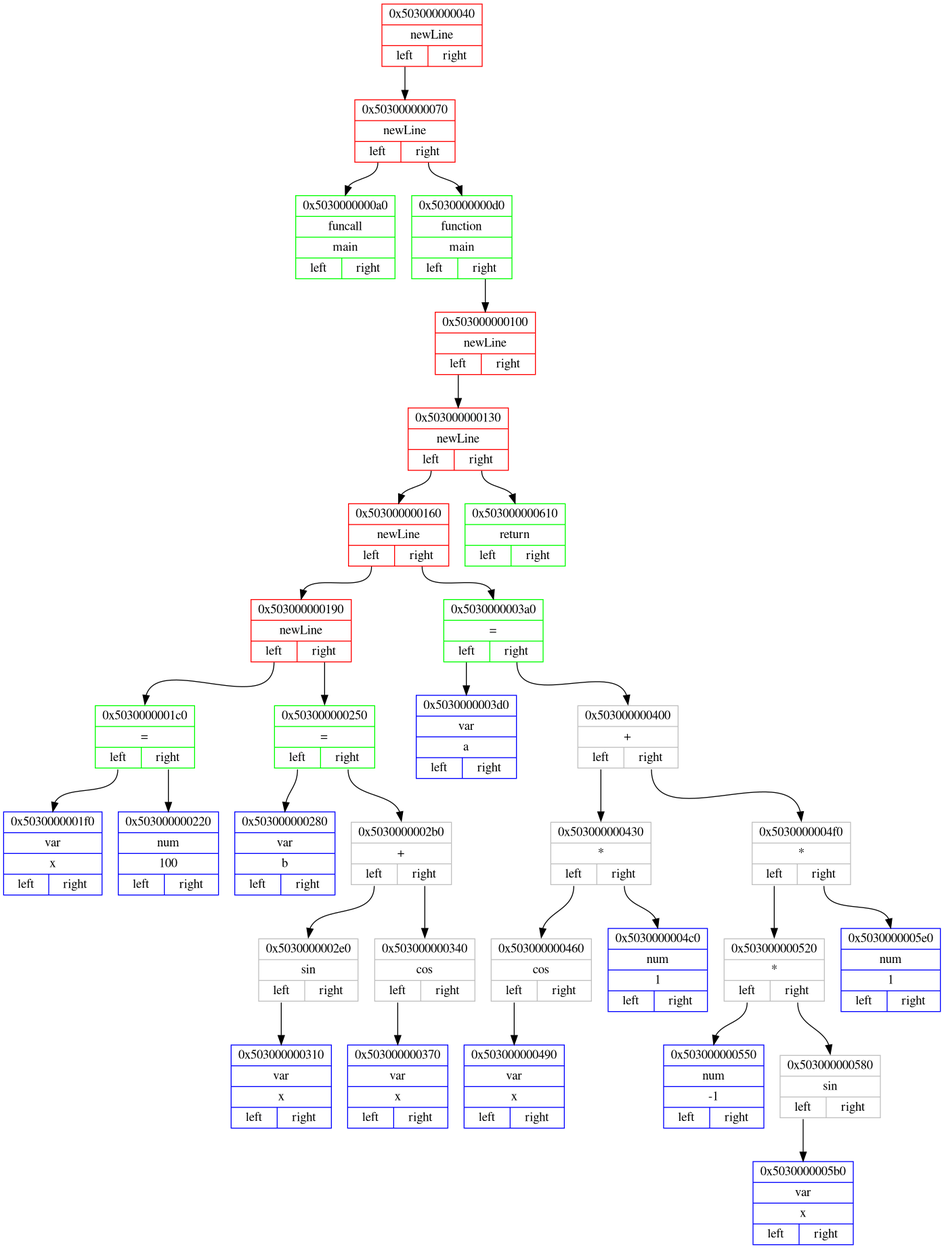
The Graphviz diagram png_files/backendDotFile.dot.png in Matvey787/myProgLanguage, before a commit. Its source is kept beside it as dot_files/backendDotFile.dot.
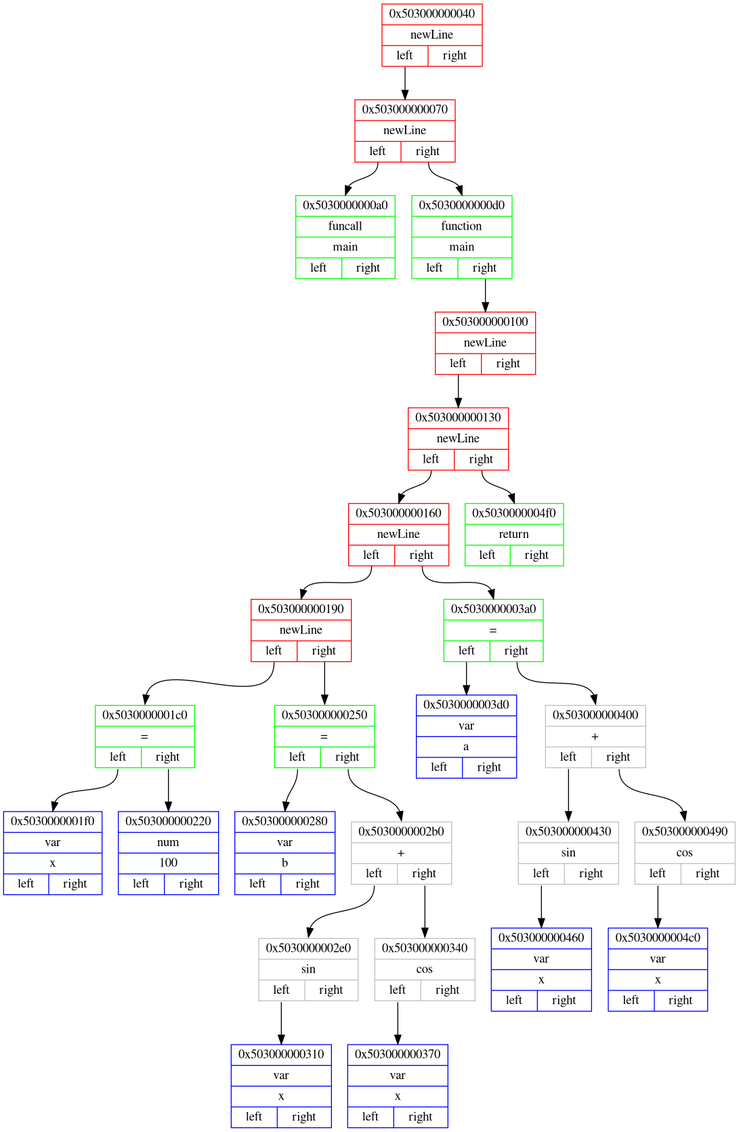
Above is the later version.

Change to the diagram source:
```diff
@@ -36,31 +36,19 @@
 node0x5030000003d0 [ shape=record, color = blue rank = 10, label= "{ 0x5030000003d0 | var | a |         {<n0x5030000003d0_l> left | <n0x5030000003d0_r> right}} " ];
 node0x5030000003a0:<n0x5030000003a0_l>:s -> node0x5030000003d0:n [ color = black; ]
 node0x503000000400 [ shape=record, color = grey rank = 11, label= "{ 0x503000000400 | + |         {<n0x503000000400_l> left | <n0x503000000400_r> right}} " ];
-node0x503000000430 [ shape=record, color = grey rank = 12, label= "{ 0x503000000430 | * |         {<n0x503000000430_l> left | <n0x503000000430_r> right}} " ];
-node0x503000000460 [ shape=record, color = grey rank = 13, label= "{ 0x503000000460 | cos |         {<n0x503000000460_l> left | <n0x503000000460_r> right}} " ];
-node0x503000000490 [ shape=record, color = blue rank = 14, label= "{ 0x503000000490 | var | x |         {<n0x503000000490_l> left | <n0x503000000490_r> right}} " ];
-node0x503000000460:<n0x503000000460_l>:s -> node0x503000000490:n [ color = black; ]
+node0x503000000430 [ shape=record, color = grey rank = 12, label= "{ 0x503000000430 | sin |         {<n0x503000000430_l> left | <n0x503000000430_r> right}} " ];
+node0x503000000460 [ shape=record, color = blue rank = 13, label= "{ 0x503000000460 | var | x |         {<n0x503000000460_l> left | <n0x503000000460_r> right}} " ];
 node0x503000000430:<n0x503000000430_l>:s -> node0x503000000460:n [ color = black; ]
-node0x5030000004c0 [ shape=record, color = blue rank = 14, label= "{ 0x5030000004c0 | num | 1 |         {<n0x5030000004c0_l> left | <n0x5030000004c0_r> right}} " ];
-node0x503000000430:<n0x503000000430_r>:s -> node0x5030000004c0:n [ color = black; ]
 node0x503000000400:<n0x503000000400_l>:s -> node0x503000000430:n [ color = black; ]
-node0x5030000004f0 [ shape=record, color = grey rank = 13, label= "{ 0x5030000004f0 | * |         {<n0x5030000004f0_l> left | <n0x5030000004f0_r> right}} " ];
-node0x503000000520 [ shape=record, color = grey rank = 14, label= "{ 0x503000000520 | * |         {<n0x503000000520_l> left | <n0x503000000520_r> right}} " ];
-node0x503000000550 [ shape=record, color = blue rank = 15, label= "{ 0x503000000550 | num | -1 |         {<n0x503000000550_l> left | <n0x503000000550_r> right}} " ];
-node0x503000000520:<n0x503000000520_l>:s -> node0x503000000550:n [ color = black; ]
-node0x503000000580 [ shape=record, color = grey rank = 16, label= "{ 0x503000000580 | sin |         {<n0x503000000580_l> left | <n0x503000000580_r> right}} " ];
-node0x5030000005b0 [ shape=record, color = blue rank = 17, label= "{ 0x5030000005b0 | var | x |         {<n0x5030000005b0_l> left | <n0x5030000005b0_r> right}} " ];
-node0x503000000580:<n0x503000000580_l>:s -> node0x5030000005b0:n [ color = black; ]
-node0x503000000520:<n0x503000000520_r>:s -> node0x503000000580:n [ color = black; ]
-node0x5030000004f0:<n0x5030000004f0_l>:s -> node0x503000000520:n [ color = black; ]
-node0x5030000005e0 [ shape=record, color = blue rank = 15, label= "{ 0x5030000005e0 | num | 1 |         {<n0x5030000005e0_l> left | <n0x5030000005e0_r> right}} " ];
-node0x5030000004f0:<n0x5030000004f0_r>:s -> node0x5030000005e0:n [ color = black; ]
-node0x503000000400:<n0x503000000400_r>:s -> node0x5030000004f0:n [ color = black; ]
+node0x503000000490 [ shape=record, color = grey rank = 13, label= "{ 0x503000000490 | cos |         {<n0x503000000490_l> left | <n0x503000000490_r> right}} " ];
+node0x5030000004c0 [ shape=record, color = blue rank = 14, label= "{ 0x5030000004c0 | var | x |         {<n0x5030000004c0_l> left | <n0x5030000004c0_r> right}} " ];
+node0x503000000490:<n0x503000000490_l>:s -> node0x5030000004c0:n [ color = black; ]
+node0x503000000400:<n0x503000000400_r>:s -> node0x503000000490:n [ color = black; ]
 node0x5030000003a0:<n0x5030000003a0_r>:s -> node0x503000000400:n [ color = black; ]
 node0x503000000160:<n0x503000000160_r>:s -> node0x5030000003a0:n [ color = black; ]
 node0x503000000130:<n0x503000000130_l>:s -> node0x503000000160:n [ color = black; ]
-node0x503000000610 [ shape=record, color = green rank = 8, label= "{ 0x503000000610 | return |         {<n0x503000000610_l> left | <n0x503000000610_r> right}} " ];
-node0x503000000130:<n0x503000000130_r>:s -> node0x503000000610:n [ color = black; ]
+node0x5030000004f0 [ shape=record, color = green rank = 8, label= "{ 0x5030000004f0 | return |         {<n0x5030000004f0_l> left | <n0x5030000004f0_r> right}} " ];
+node0x503000000130:<n0x503000000130_r>:s -> node0x5030000004f0:n [ color = black; ]
 node0x503000000100:<n0x503000000100_l>:s -> node0x503000000130:n [ color = black; ]
 node0x5030000000d0:<n0x5030000000d0_r>:s -> node0x503000000100:n [ color = black; ]
 node0x503000000070:<n0x503000000070_r>:s -> node0x5030000000d0:n [ color = black; ]
```
